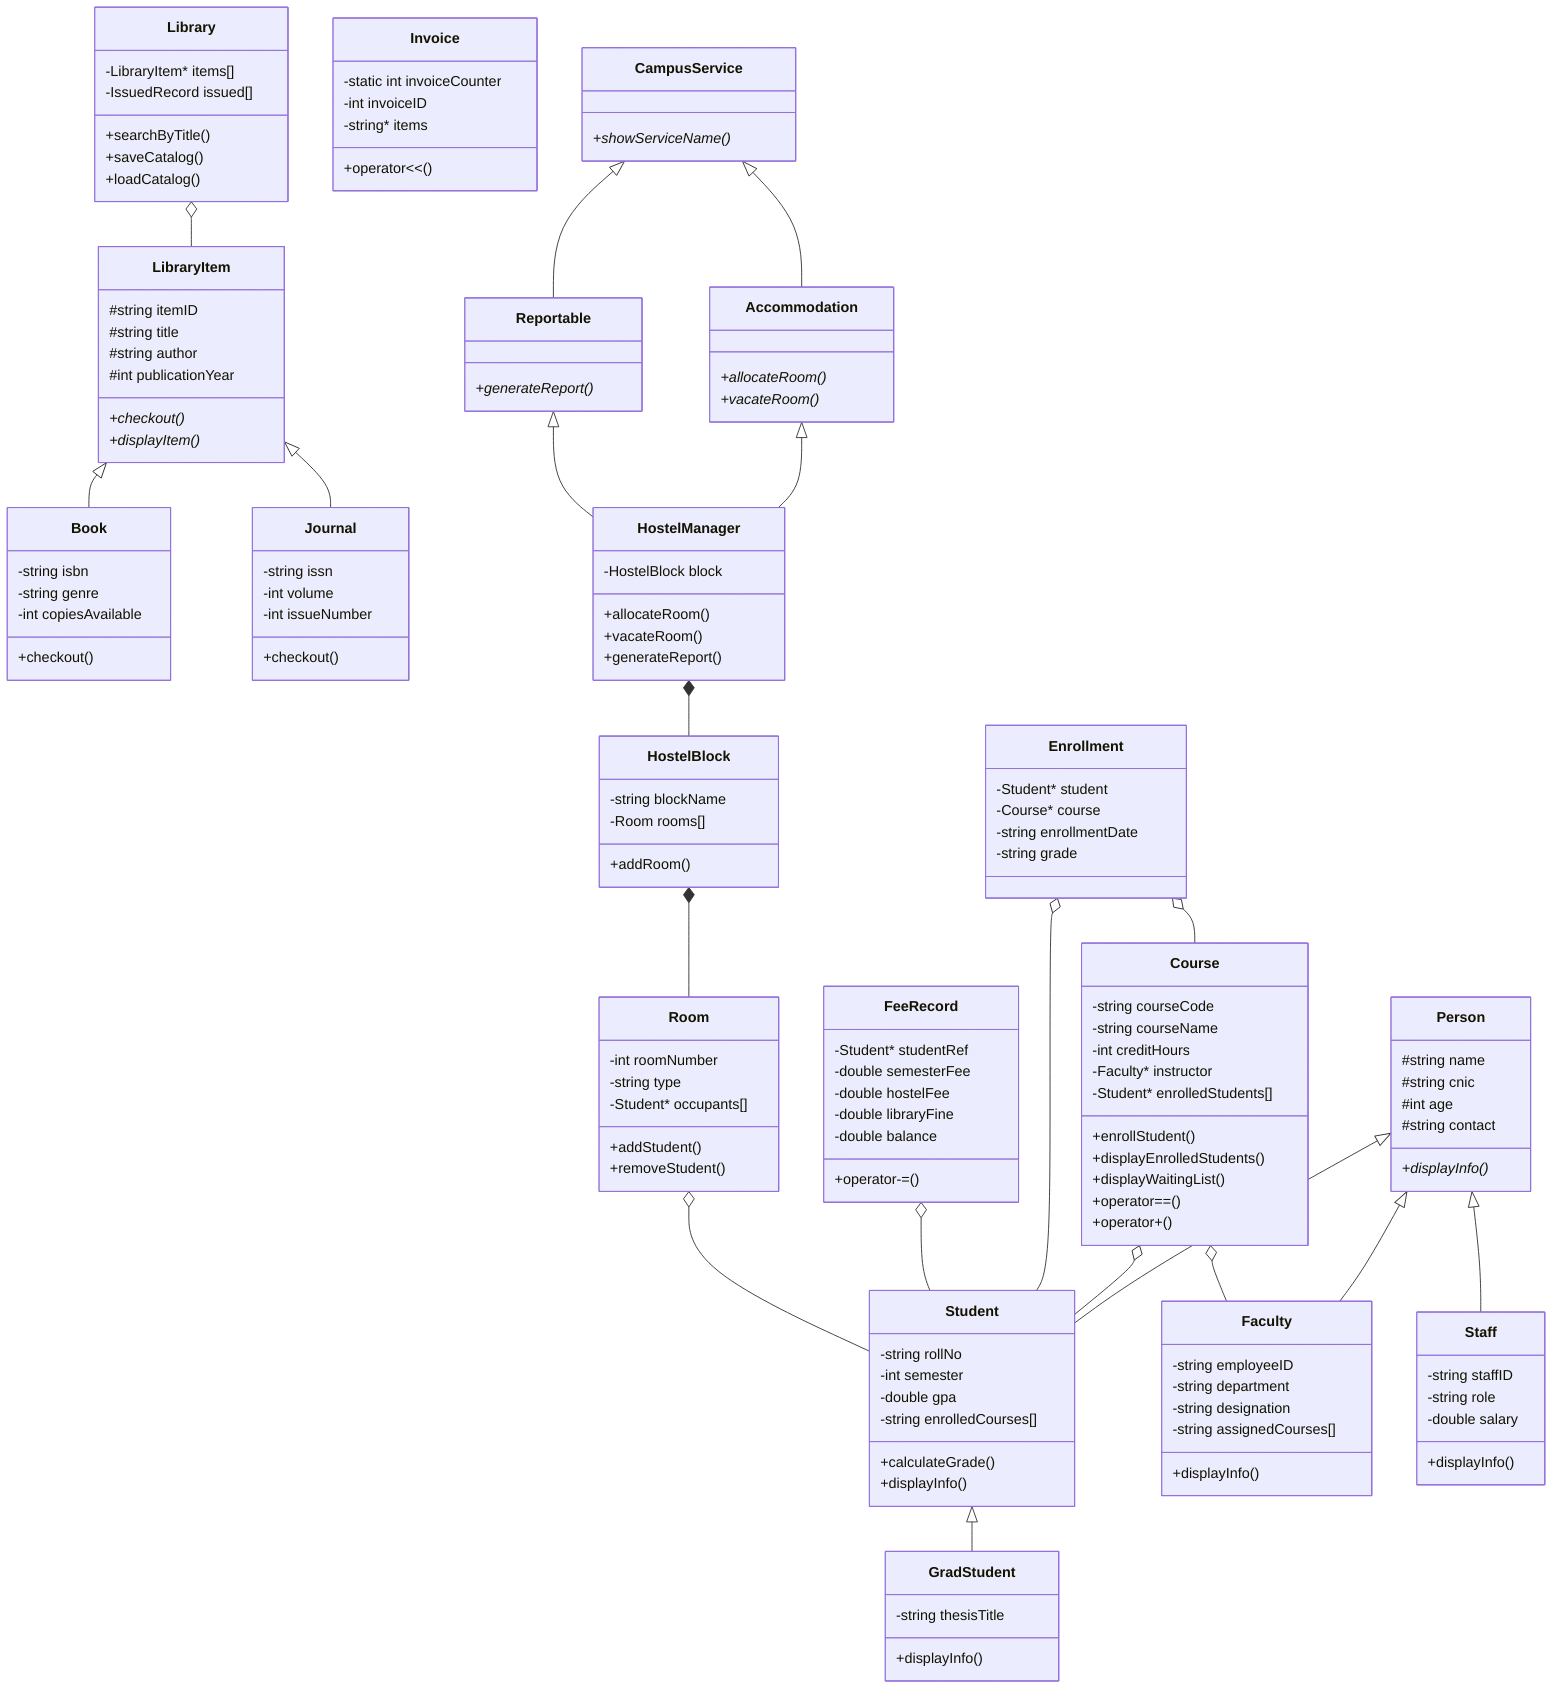
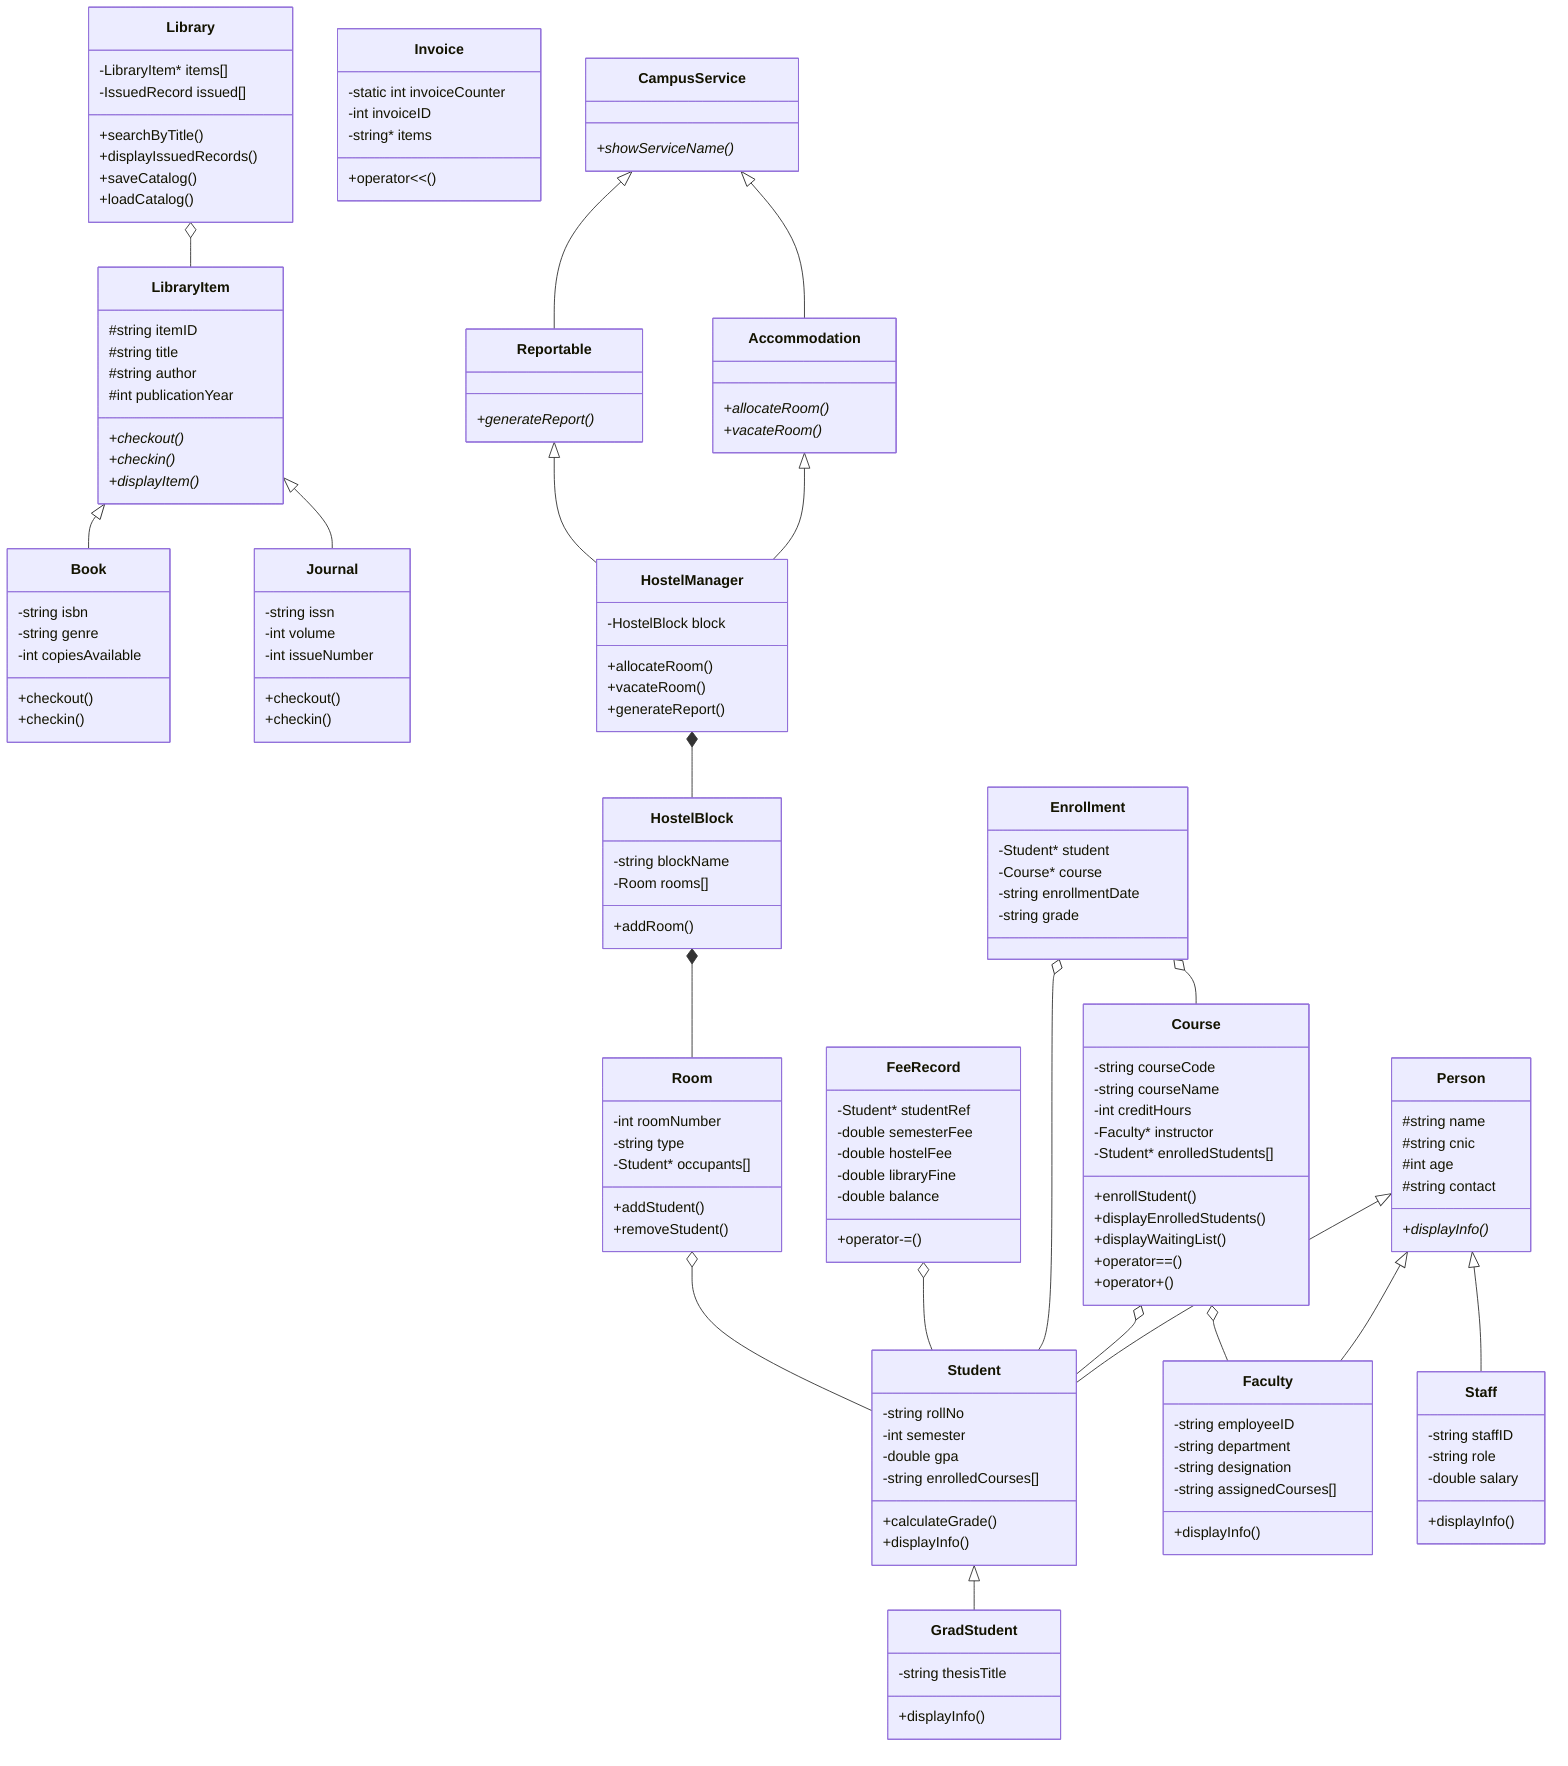
classDiagram
    class Person {
        #string name
        #string cnic
        #int age
        #string contact
        +displayInfo()*
    }

    class Student {
        -string rollNo
        -int semester
        -double gpa
        -string enrolledCourses[]
        +calculateGrade()
        +displayInfo()
    }

    class GradStudent {
        -string thesisTitle
        +displayInfo()
    }

    class Faculty {
        -string employeeID
        -string department
        -string designation
        -string assignedCourses[]
        +displayInfo()
    }

    class Staff {
        -string staffID
        -string role
        -double salary
        +displayInfo()
    }

    class Course {
        -string courseCode
        -string courseName
        -int creditHours
        -Faculty* instructor
        -Student* enrolledStudents[]
        +enrollStudent()
        +displayEnrolledStudents()
        +displayWaitingList()
        +operator==()
        +operator+()
    }

    class Enrollment {
        -Student* student
        -Course* course
        -string enrollmentDate
        -string grade
    }

    class LibraryItem {
        #string itemID
        #string title
        #string author
        #int publicationYear
        +checkout()*
+         +checkin()*
        +displayItem()*
    }

    class Book {
        -string isbn
        -string genre
        -int copiesAvailable
        +checkout()
+         +checkin()
    }

    class Journal {
        -string issn
        -int volume
        -int issueNumber
        +checkout()
+         +checkin()
    }

    class Library {
        -LibraryItem* items[]
        -IssuedRecord issued[]
        +searchByTitle()
+         +displayIssuedRecords()
        +saveCatalog()
        +loadCatalog()
    }

    class FeeRecord {
        -Student* studentRef
        -double semesterFee
        -double hostelFee
        -double libraryFine
        -double balance
        +operator-=()
    }

    class Invoice {
        -static int invoiceCounter
        -int invoiceID
        -string* items
        +operator<<()
    }

    class CampusService {
        +showServiceName()*
    }

    class Accommodation {
        +allocateRoom()*
        +vacateRoom()*
    }

    class Reportable {
        +generateReport()*
    }

    class Room {
        -int roomNumber
        -string type
        -Student* occupants[]
        +addStudent()
        +removeStudent()
    }

    class HostelBlock {
        -string blockName
        -Room rooms[]
        +addRoom()
    }

    class HostelManager {
        -HostelBlock block
        +allocateRoom()
        +vacateRoom()
        +generateReport()
    }

    Person <|-- Student
    Student <|-- GradStudent
    Person <|-- Faculty
    Person <|-- Staff
    Course o-- Faculty
    Course o-- Student
    Enrollment o-- Student
    Enrollment o-- Course
    LibraryItem <|-- Book
    LibraryItem <|-- Journal
    Library o-- LibraryItem
    FeeRecord o-- Student
    CampusService <|-- Accommodation
    CampusService <|-- Reportable
    Accommodation <|-- HostelManager
    Reportable <|-- HostelManager
    HostelManager *-- HostelBlock
    HostelBlock *-- Room
    Room o-- Student
